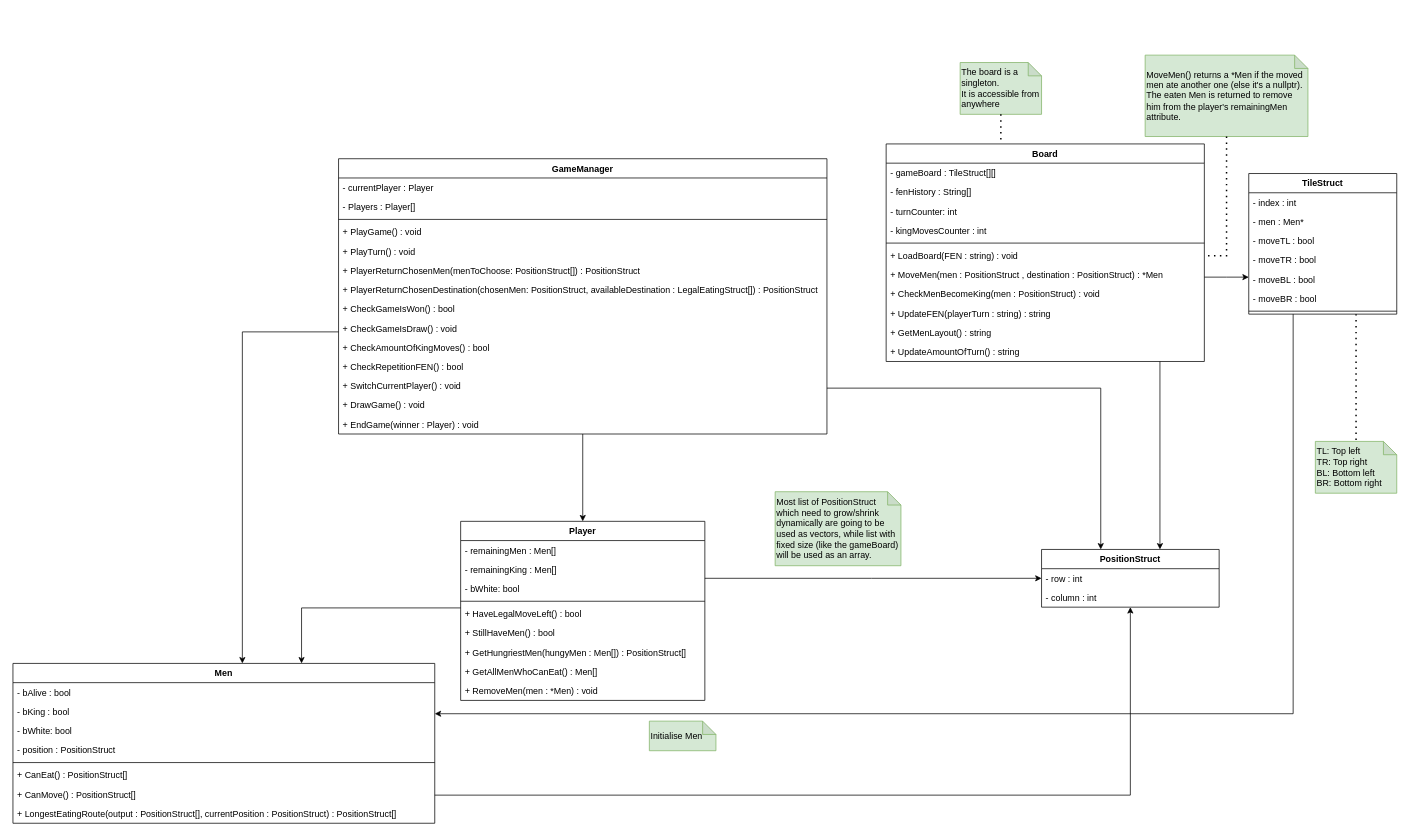
The draw.io diagram page "Draughts Class Diagrams" (1 of 6) of Draughts.drawio in TheKrillenum/Draught, before the edit. Source tidied: cells renumbered, new cells numbered last; positions are measured from the earlier drawing's top-left corner, leaving out a move shared by most shapes. Both pictures are drawn from the tidied source at 74%, with x=0, y=0 at pixel (13, 55).
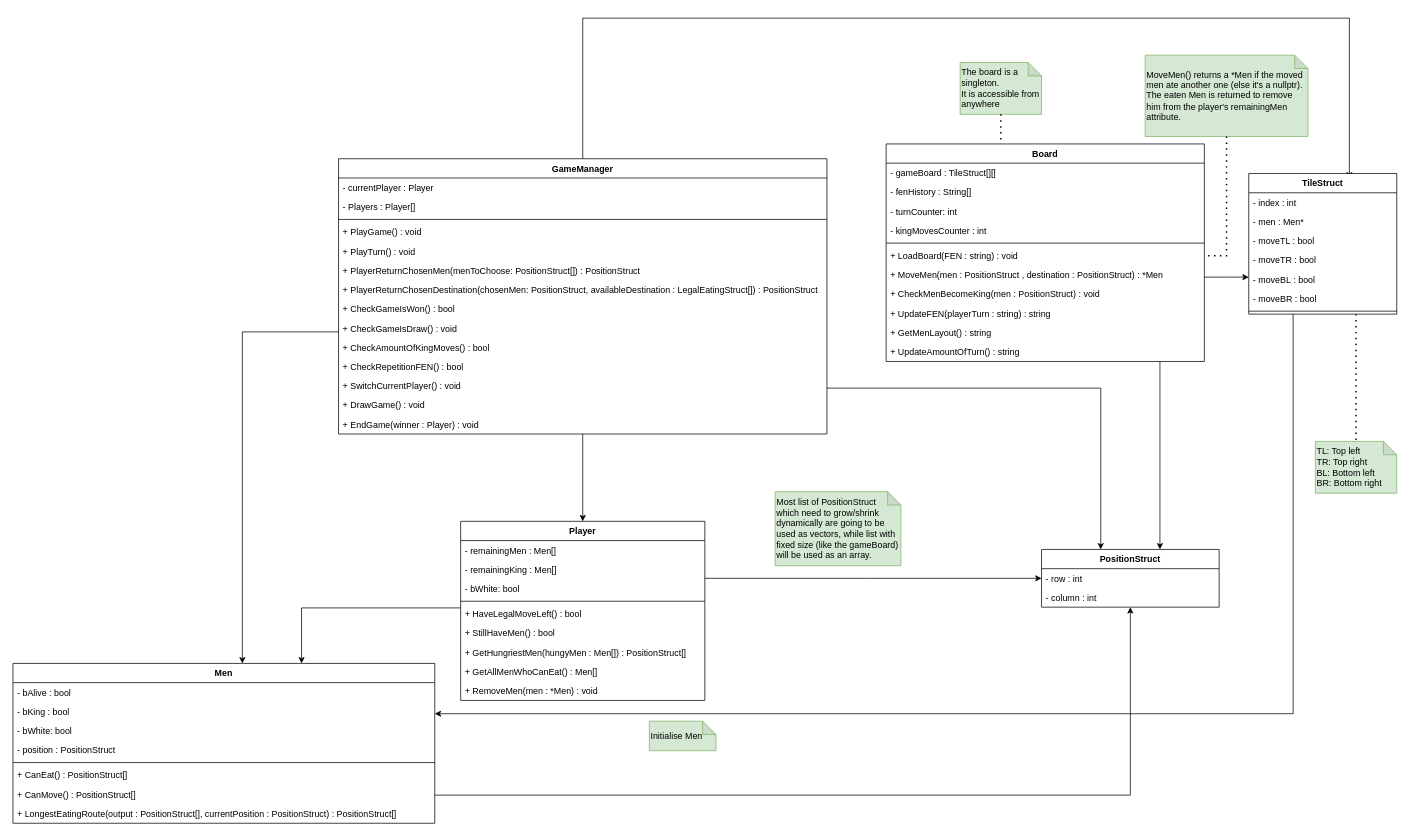
The same diagram, later.

Unchanged cells that the change refers to:
```xml
<mxCell id="14" value="GameManager" style="swimlane;fontStyle=1;align=center;verticalAlign=top;horizontal=1;startSize=26;" parent="1" vertex="1">
  <mxGeometry x="440" y="140" width="660" height="372" as="geometry" />
</mxCell>
<mxCell id="52" value="TileStruct" style="swimlane;fontStyle=1;align=center;verticalAlign=top;horizontal=1;startSize=26;" parent="1" vertex="1">
  <mxGeometry x="1670" y="160" width="200" height="190" as="geometry" />
</mxCell>
```

The edit, as a diff of the source:
```diff
@@
+    <mxCell id="76" style="edgeStyle=orthogonalEdgeStyle;rounded=0;jettySize=auto;html=1;entryX=0.68;entryY=0.035;entryDx=0;entryDy=0;entryPerimeter=0;" parent="1" edge="1" source="14" target="52">
+      <mxGeometry relative="1" as="geometry">
+        <Array as="points">
+          <mxPoint x="770" y="-50" />
+          <mxPoint x="1806" y="-50" />
+        </Array>
+      </mxGeometry>
+    </mxCell>
```
